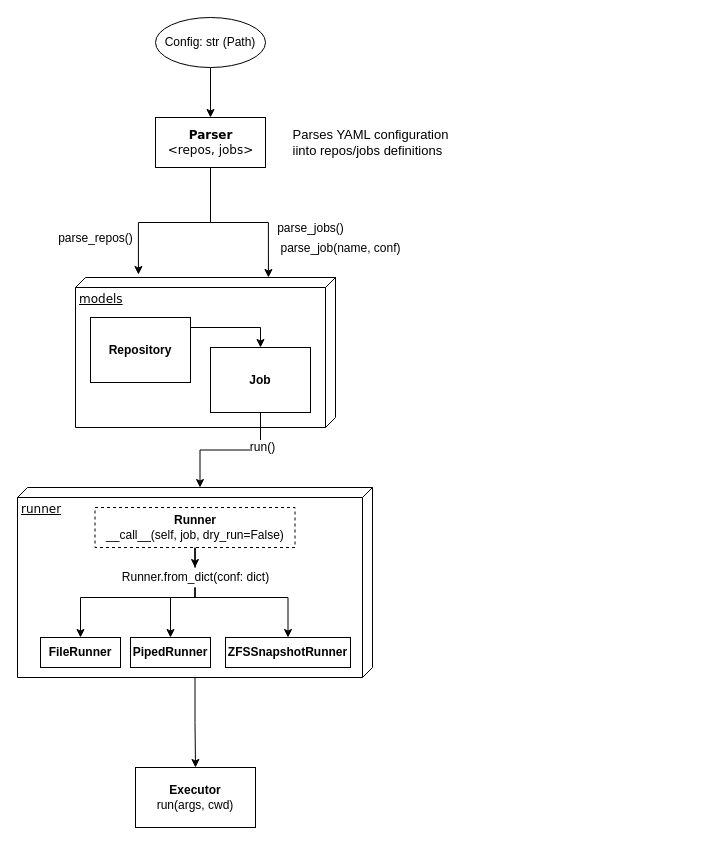
Earlier version of the draw.io diagram overview.drawio (kam1sh/resticrc). Source tidied: cells renumbered, new cells numbered last; positions are measured from the earlier drawing's top-left corner, leaving out a move shared by most shapes. Both pictures are drawn from the tidied source at 100%, with x=0, y=0 at pixel (17, 17).
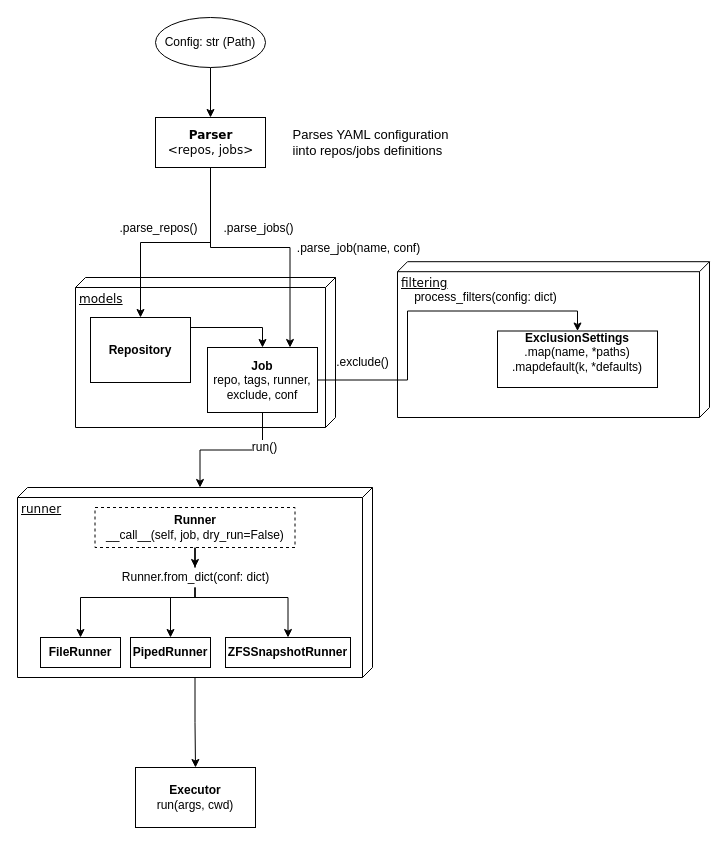
The same page after the edit.

The change refers to these unchanged cells:
```xml
<mxCell id="7" value="&lt;b&gt;Parser&lt;/b&gt;&lt;br&gt;&amp;lt;repos, jobs&amp;gt;" style="html=1;rounded=0;shadow=0;comic=0;labelBackgroundColor=none;strokeWidth=1;fontFamily=Verdana;fontSize=12;align=center;" parent="1" vertex="1">
  <mxGeometry x="138" y="100" width="110" height="50" as="geometry" />
</mxCell>
<mxCell id="13" value="&lt;span&gt;Repository&lt;/span&gt;" style="rounded=0;whiteSpace=wrap;html=1;shadow=0;comic=0;fontStyle=1;" parent="1" vertex="1">
  <mxGeometry x="73" y="300" width="100" height="65" as="geometry" />
</mxCell>
```

What changed in the source:
```diff
@@
+    <mxCell id="11" value="models" style="verticalAlign=top;align=left;spacingTop=8;spacingLeft=2;spacingRight=12;shape=cube;size=10;direction=south;fontStyle=4;html=1;rounded=0;shadow=0;comic=0;labelBackgroundColor=none;strokeWidth=1;fontFamily=Verdana;fontSize=12;" parent="1" vertex="1">
+      <mxGeometry x="58" y="260" width="260" height="150" as="geometry" />
+    </mxCell>
+    <mxCell id="29" value="filtering" style="verticalAlign=top;align=left;spacingTop=8;spacingLeft=2;spacingRight=12;shape=cube;size=10;direction=south;fontStyle=4;html=1;rounded=0;shadow=0;comic=0;labelBackgroundColor=none;strokeWidth=1;fontFamily=Verdana;fontSize=12;" parent="1" vertex="1">
+      <mxGeometry x="380" y="244.2" width="312" height="155.8" as="geometry" />
+    </mxCell>
-    <mxCell id="2" style="edgeStyle=orthogonalEdgeStyle;rounded=0;jettySize=auto;html=1;exitX=0.5;exitY=1;exitDx=0;exitDy=0;entryX=-0.02;entryY=0.758;entryDx=0;entryDy=0;entryPerimeter=0;" parent="1" edge="1" source="7" target="11">
+    <mxCell id="2" style="edgeStyle=orthogonalEdgeStyle;rounded=0;jettySize=auto;html=1;exitX=0.5;exitY=1;exitDx=0;exitDy=0;entryX=0.5;entryY=0;entryDx=0;entryDy=0;" parent="1" edge="1" source="7" target="13">
       <mxGeometry relative="1" as="geometry" />
     </mxCell>
-    <mxCell id="3" value="parse_repos()" style="text;html=1;align=center;verticalAlign=middle;labelBackgroundColor=#ffffff;" parent="2" vertex="1">
+    <mxCell id="3" value=".parse_repos()" style="text;html=1;align=center;verticalAlign=middle;labelBackgroundColor=#ffffff;" parent="2" vertex="1">
       <mxGeometry x="0.13" y="-1" relative="1" as="geometry">
-        <mxPoint x="-69.5" y="16" as="offset" />
+        <mxPoint x="-4" y="-14" as="offset" />
       </mxGeometry>
     </mxCell>
-    <mxCell id="4" style="edgeStyle=orthogonalEdgeStyle;rounded=0;jettySize=auto;html=1;exitX=0.5;exitY=1;exitDx=0;exitDy=0;entryX=0;entryY=0.258;entryDx=0;entryDy=0;entryPerimeter=0;" parent="1" edge="1" source="7" target="11">
+    <mxCell id="4" style="edgeStyle=orthogonalEdgeStyle;rounded=0;jettySize=auto;html=1;exitX=0.5;exitY=1;exitDx=0;exitDy=0;entryX=0.75;entryY=0;entryDx=0;entryDy=0;" parent="1" edge="1" source="7" target="14">
       <mxGeometry relative="1" as="geometry">
         <Array as="points">
-          <mxPoint x="193" y="205" />
-          <mxPoint x="251" y="205" />
+          <mxPoint x="193" y="230" />
+          <mxPoint x="273" y="230" />
         </Array>
       </mxGeometry>
     </mxCell>
-    <mxCell id="5" value="parse_jobs()" style="text;html=1;align=center;verticalAlign=middle;labelBackgroundColor=#ffffff;" parent="4" vertex="1">
+    <mxCell id="5" value=".parse_jobs()" style="text;html=1;align=center;verticalAlign=middle;labelBackgroundColor=#ffffff;" parent="4" vertex="1">
       <mxGeometry x="0.49" y="2" relative="1" as="geometry">
-        <mxPoint x="40" y="-7" as="offset" />
+        <mxPoint x="-34.5" y="-53.5" as="offset" />
       </mxGeometry>
     </mxCell>
-    <mxCell id="6" value="parse_job(name, conf)" style="text;html=1;align=center;verticalAlign=middle;labelBackgroundColor=#ffffff;" parent="4" vertex="1">
+    <mxCell id="6" value=".parse_job(name, conf)" style="text;html=1;align=center;verticalAlign=middle;labelBackgroundColor=#ffffff;" parent="4" vertex="1">
       <mxGeometry x="0.79" y="-3" relative="1" as="geometry">
-        <mxPoint x="75" y="-12" as="offset" />
+        <mxPoint x="70.5" y="-72.5" as="offset" />
       </mxGeometry>
     </mxCell>
@@
-    <mxCell id="11" value="models" style="verticalAlign=top;align=left;spacingTop=8;spacingLeft=2;spacingRight=12;shape=cube;size=10;direction=south;fontStyle=4;html=1;rounded=0;shadow=0;comic=0;labelBackgroundColor=none;strokeWidth=1;fontFamily=Verdana;fontSize=12;" parent="1" vertex="1">
-      <mxGeometry x="58" y="260" width="260" height="150" as="geometry" />
-    </mxCell>
     <mxCell id="12" style="edgeStyle=orthogonalEdgeStyle;rounded=0;jettySize=auto;html=1;exitX=1;exitY=0.5;exitDx=0;exitDy=0;entryX=0.5;entryY=0;entryDx=0;entryDy=0;" parent="1" edge="1" source="13" target="14">
       <mxGeometry relative="1" as="geometry">
         <Array as="points">
           <mxPoint x="173" y="310" />
-          <mxPoint x="243" y="310" />
+          <mxPoint x="245" y="310" />
         </Array>
       </mxGeometry>
     </mxCell>
@@
+    <mxCell id="30" style="edgeStyle=orthogonalEdgeStyle;rounded=0;jettySize=auto;html=1;exitX=1;exitY=0.5;exitDx=0;exitDy=0;entryX=0.5;entryY=0;entryDx=0;entryDy=0;" parent="1" edge="1" source="14" target="32">
+      <mxGeometry relative="1" as="geometry" />
+    </mxCell>
-    <mxCell id="14" value="&lt;span&gt;Job&lt;br&gt;&lt;/span&gt;" style="rounded=0;whiteSpace=wrap;html=1;shadow=0;comic=0;fontStyle=1;" parent="1" vertex="1">
-      <mxGeometry x="193" y="330" width="100" height="65" as="geometry" />
+    <mxCell id="14" value="&lt;span&gt;Job&lt;br&gt;&lt;span style=&quot;font-weight: normal&quot;&gt;repo, tags, runner, exclude, conf&lt;/span&gt;&lt;br&gt;&lt;/span&gt;" style="rounded=0;whiteSpace=wrap;html=1;shadow=0;comic=0;fontStyle=1;" parent="1" vertex="1">
+      <mxGeometry x="190" y="330" width="110" height="65" as="geometry" />
     </mxCell>
@@
+    <mxCell id="31" value=".exclude()" style="text;html=1;align=center;verticalAlign=middle;" parent="1" vertex="1">
+      <mxGeometry x="310" y="335" width="70" height="20" as="geometry" />
+    </mxCell>
+    <mxCell id="32" value="&lt;span&gt;ExclusionSettings&lt;br&gt;&lt;span style=&quot;font-weight: normal&quot;&gt;.map(name, *paths)&lt;br&gt;.mapdefault(k, *defaults)&lt;br&gt;&lt;/span&gt;&lt;br&gt;&lt;/span&gt;" style="rounded=0;whiteSpace=wrap;html=1;shadow=0;comic=0;fontStyle=1;" parent="1" vertex="1">
+      <mxGeometry x="480" y="313.5" width="160" height="56.5" as="geometry" />
+    </mxCell>
+    <mxCell id="33" value="process_filters(config: dict)" style="text;html=1;align=center;verticalAlign=middle;" parent="1" vertex="1">
+      <mxGeometry x="388" y="270" width="160" height="20" as="geometry" />
+    </mxCell>
```
